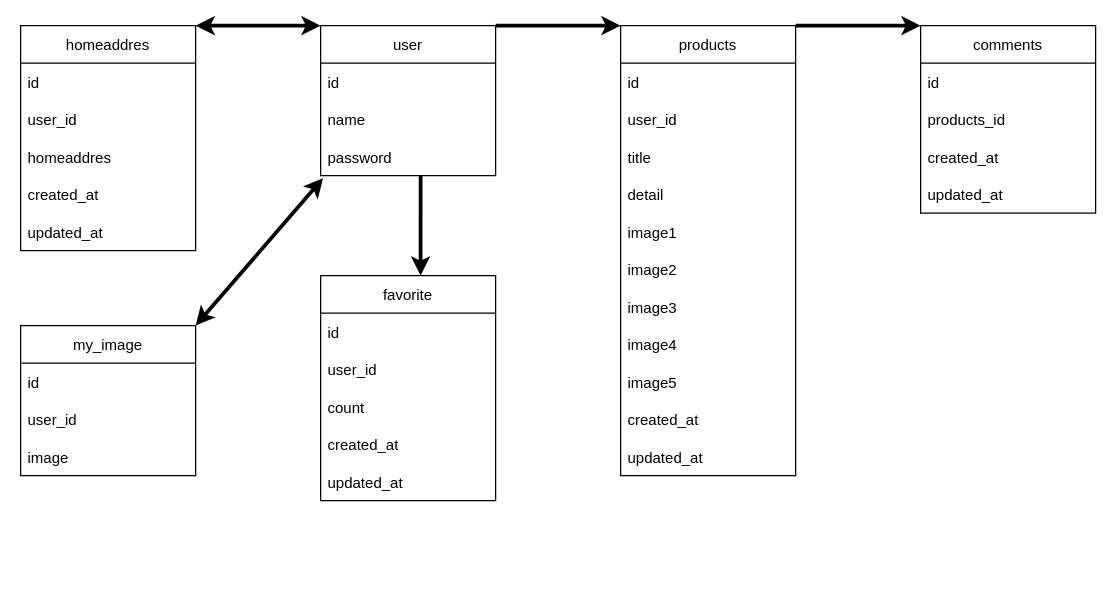
This is DB_Design.dio from Arare0825/Handmade, a draw.io file, before an edit. Source tidied: cells renumbered, new cells numbered last; positions are measured from the earlier drawing's top-left corner, leaving out a move shared by most shapes. Both pictures are drawn from the tidied source at 125%, with x=0, y=0 at pixel (20, 25).
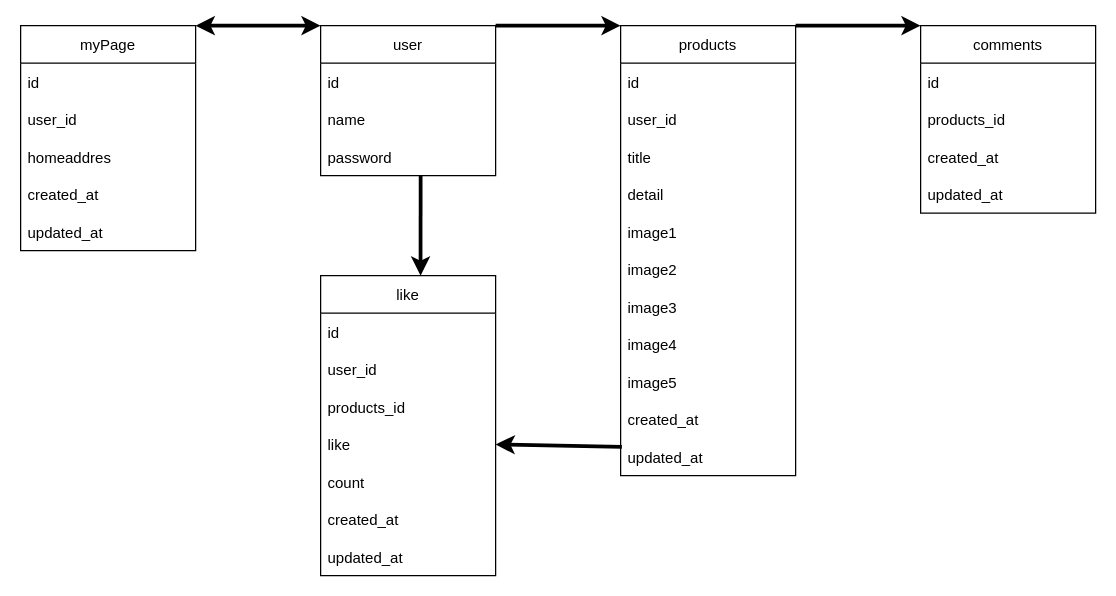
Above is the later version.

The change refers to these unchanged cells:
```xml
<mxCell id="5" value="password" style="text;strokeColor=none;fillColor=none;align=left;verticalAlign=middle;spacingLeft=4;spacingRight=4;overflow=hidden;points=[[0,0.5],[1,0.5]];portConstraint=eastwest;" parent="2" vertex="1">
  <mxGeometry y="90" width="140" height="30" as="geometry" />
</mxCell>
<mxCell id="17" value="updated_at" style="text;strokeColor=none;fillColor=none;align=left;verticalAlign=middle;spacingLeft=4;spacingRight=4;overflow=hidden;points=[[0,0.5],[1,0.5]];portConstraint=eastwest;" parent="6" vertex="1">
  <mxGeometry y="330" width="140" height="30" as="geometry" />
</mxCell>
```

Diff of the diagram source:
```diff
@@
-    <mxCell id="18" value="favorite" style="swimlane;fontStyle=0;horizontal=1;startSize=30;" parent="1" vertex="1">
-      <mxGeometry x="240" y="200" width="140" height="180" as="geometry" />
+    <mxCell id="18" value="like" style="swimlane;fontStyle=0;horizontal=1;startSize=30;" parent="1" vertex="1">
+      <mxGeometry x="240" y="200" width="140" height="240" as="geometry" />
     </mxCell>
@@
+    <mxCell id="44" value="products_id" style="text;strokeColor=none;fillColor=none;align=left;verticalAlign=middle;spacingLeft=4;spacingRight=4;overflow=hidden;" parent="18" vertex="1">
+      <mxGeometry y="90" width="140" height="30" as="geometry" />
+    </mxCell>
+    <mxCell id="45" value="like" style="text;strokeColor=none;fillColor=none;align=left;verticalAlign=middle;spacingLeft=4;spacingRight=4;overflow=hidden;points=[[0,0.5],[1,0.5]];portConstraint=eastwest;" parent="18" vertex="1">
+      <mxGeometry y="120" width="140" height="30" as="geometry" />
+    </mxCell>
     <mxCell id="21" value="count" style="text;strokeColor=none;fillColor=none;align=left;verticalAlign=middle;spacingLeft=4;spacingRight=4;overflow=hidden;" parent="18" vertex="1">
-      <mxGeometry y="90" width="140" height="30" as="geometry" />
+      <mxGeometry y="150" width="140" height="30" as="geometry" />
     </mxCell>
     <mxCell id="22" value="created_at" style="text;strokeColor=none;fillColor=none;align=left;verticalAlign=middle;spacingLeft=4;spacingRight=4;overflow=hidden;" parent="18" vertex="1">
-      <mxGeometry y="120" width="140" height="30" as="geometry" />
+      <mxGeometry y="180" width="140" height="30" as="geometry" />
     </mxCell>
     <mxCell id="23" value="updated_at" style="text;strokeColor=none;fillColor=none;align=left;verticalAlign=middle;spacingLeft=4;spacingRight=4;overflow=hidden;" parent="18" vertex="1">
-      <mxGeometry y="150" width="140" height="30" as="geometry" />
+      <mxGeometry y="210" width="140" height="30" as="geometry" />
     </mxCell>
-    <mxCell id="24" value="my_image" style="swimlane;fontStyle=0;horizontal=1;startSize=30;" parent="1" vertex="1">
-      <mxGeometry y="240" width="140" height="120" as="geometry" />
-    </mxCell>
-    <mxCell id="25" value="id" style="text;strokeColor=none;fillColor=none;align=left;verticalAlign=middle;spacingLeft=4;spacingRight=4;overflow=hidden;" parent="24" vertex="1">
-      <mxGeometry y="30" width="140" height="30" as="geometry" />
-    </mxCell>
-    <mxCell id="26" value="user_id" style="text;strokeColor=none;fillColor=none;align=left;verticalAlign=middle;spacingLeft=4;spacingRight=4;overflow=hidden;" parent="24" vertex="1">
-      <mxGeometry y="60" width="140" height="30" as="geometry" />
-    </mxCell>
-    <mxCell id="27" value="image" style="text;strokeColor=none;fillColor=none;align=left;verticalAlign=middle;spacingLeft=4;spacingRight=4;overflow=hidden;" parent="24" vertex="1">
-      <mxGeometry y="90" width="140" height="30" as="geometry" />
-    </mxCell>
@@
-    <mxCell id="33" value="homeaddres" style="swimlane;fontStyle=0;horizontal=1;startSize=30;" parent="1" vertex="1">
+    <mxCell id="33" value="myPage" style="swimlane;fontStyle=0;horizontal=1;startSize=30;" parent="1" vertex="1">
       <mxGeometry width="140" height="180" as="geometry" />
     </mxCell>
@@
-    <mxCell id="40" style="endArrow=classic;startArrow=classic;html=1;fontFamily=Helvetica;fontSize=12;fontColor=default;entryX=0.014;entryY=1.067;entryDx=0;entryDy=0;entryPerimeter=0;exitX=1;exitY=0;exitDx=0;exitDy=0;strokeWidth=3;" parent="1" edge="1" source="24" target="5">
-      <mxGeometry relative="1" as="geometry" />
-    </mxCell>
@@
+    <mxCell id="46" style="endArrow=classic;html=1;fontFamily=Helvetica;fontSize=12;fontColor=default;strokeWidth=3;entryX=1;entryY=0.5;entryDx=0;entryDy=0;exitX=0.007;exitY=0.233;exitDx=0;exitDy=0;exitPerimeter=0;" parent="1" edge="1" source="17" target="45">
+      <mxGeometry relative="1" as="geometry" />
+    </mxCell>
```
